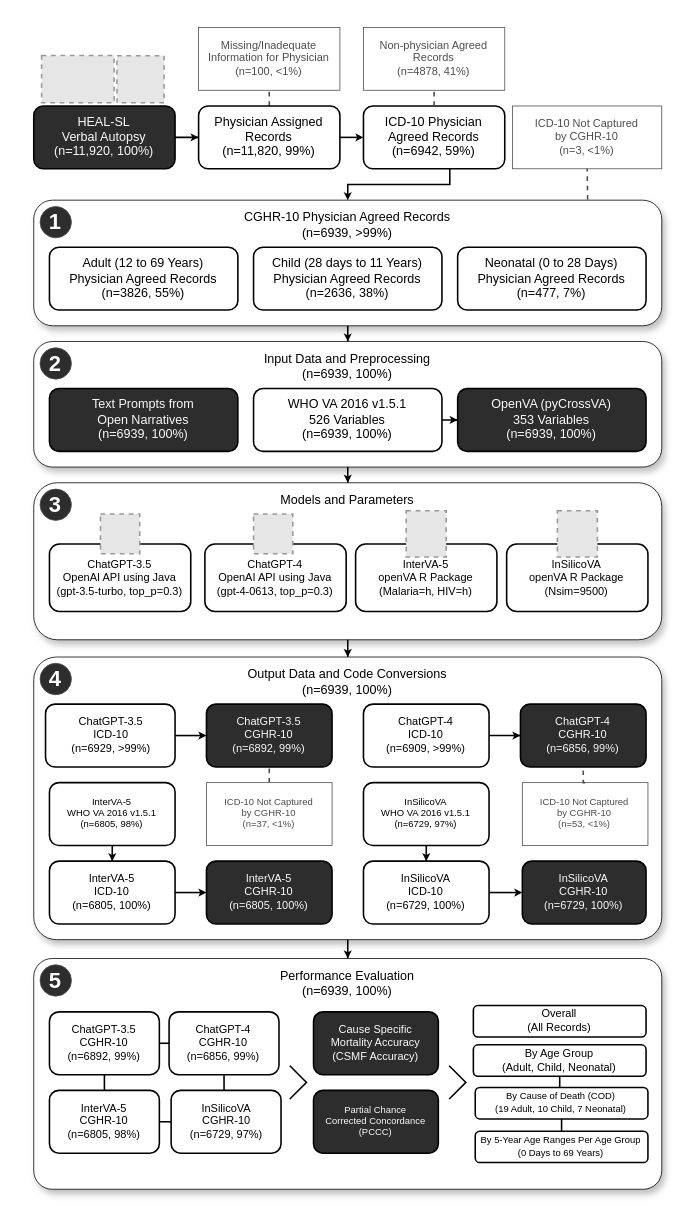
Earlier version of the draw.io diagram src/fig-methods.drawio (cghr-toronto/wen-et-al-2025-cava). Source tidied: cells renumbered, new cells numbered last; positions are measured from the earlier drawing's top-left corner, leaving out a move shared by most shapes. Both pictures are drawn from the tidied source at 157%, with x=0, y=0 at pixel (33, 27). Pictures stored in the file or linked from it are replaced by grey dashed boxes.
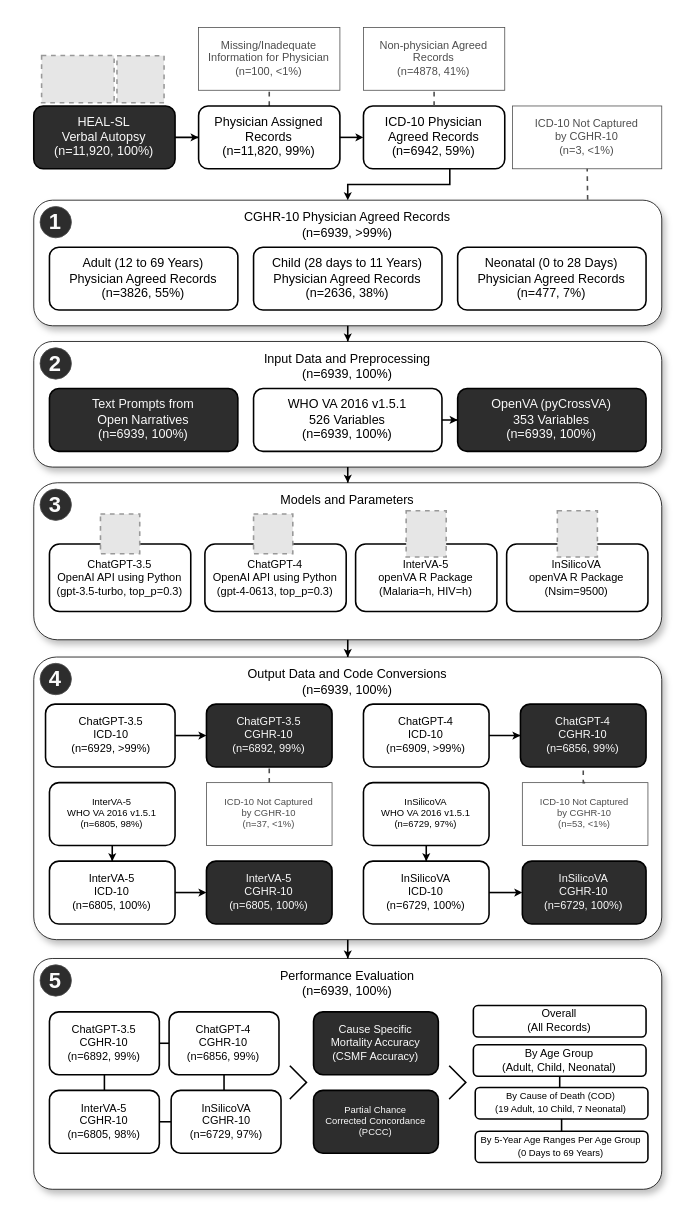
The same diagram, later.

Commit message (it also covers changes not shown here):
Use python instead of java

What changed in the source:
```diff
@@
-    <mxCell id="26" value="ChatGPT-3.5&lt;br&gt;OpenAI API using Java&lt;br style=&quot;font-size: 7px;&quot;&gt;(gpt-3.5-turbo, top_p=0.3)" style="rounded=1;whiteSpace=wrap;html=1;fontFamily=Arial;fontSize=7;fillColor=default;" parent="1" vertex="1">
+    <mxCell id="26" value="ChatGPT-3.5&lt;br&gt;OpenAI API using Python&lt;br style=&quot;font-size: 7px;&quot;&gt;(gpt-3.5-turbo, top_p=0.3)" style="rounded=1;whiteSpace=wrap;html=1;fontFamily=Arial;fontSize=7;fillColor=default;" parent="1" vertex="1">
       <mxGeometry x="10" y="329" width="90" height="43" as="geometry" />
     </mxCell>
-    <mxCell id="27" value="ChatGPT-4&lt;br&gt;OpenAI API using Java&lt;br style=&quot;font-size: 7px;&quot;&gt;(gpt-4-0613, top_p=0.3)" style="rounded=1;whiteSpace=wrap;html=1;fontFamily=Arial;fontSize=7;fillColor=default;" parent="1" vertex="1">
+    <mxCell id="27" value="ChatGPT-4&lt;br&gt;OpenAI API using Python&lt;br style=&quot;font-size: 7px;&quot;&gt;(gpt-4-0613, top_p=0.3)" style="rounded=1;whiteSpace=wrap;html=1;fontFamily=Arial;fontSize=7;fillColor=default;" parent="1" vertex="1">
       <mxGeometry x="109" y="329" width="90" height="43" as="geometry" />
     </mxCell>
```
